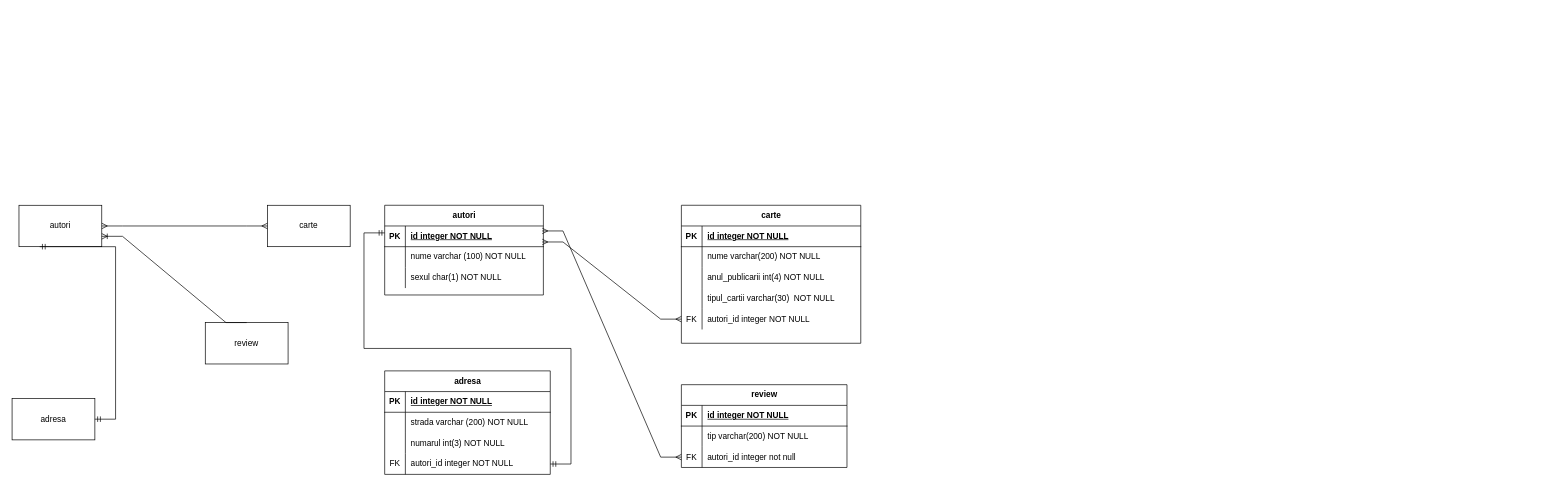
The draw.io diagram exerciti_16_12_2023.drawio in cristian19122001/modelare_db, before the edit. Source tidied: cells renumbered, new cells numbered last; positions are measured from the earlier drawing's top-left corner, leaving out a move shared by most shapes. Both pictures are drawn from the tidied source at 69%, with x=0, y=0 at pixel (12, 205).
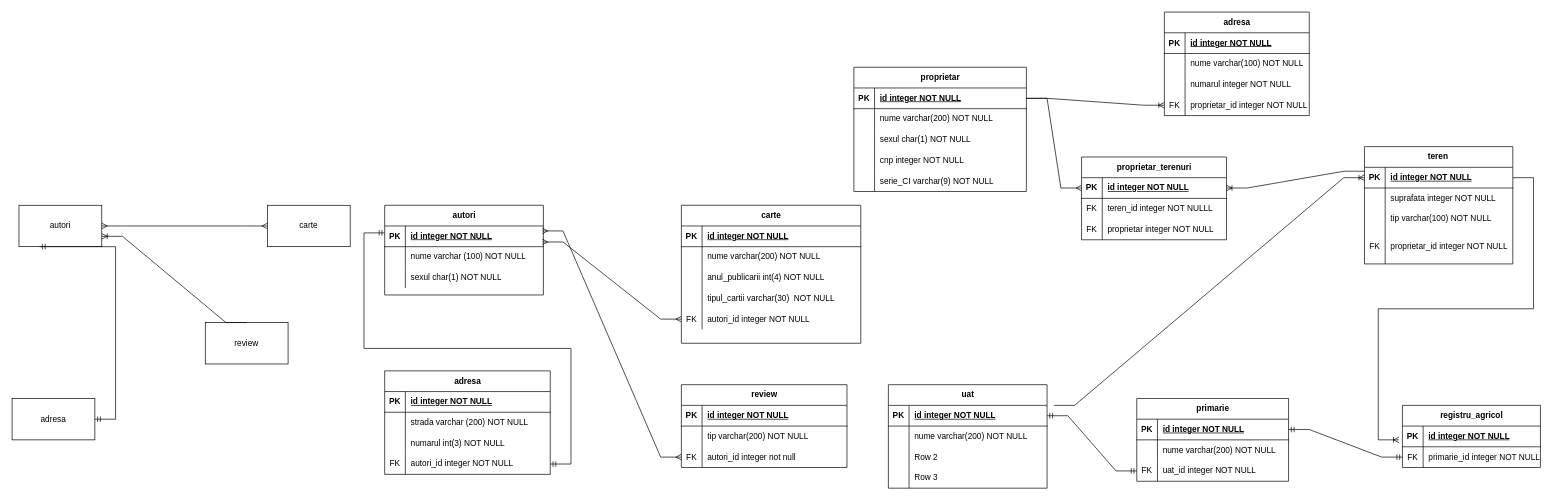
The same diagram, later.

The edit, as a diff of the source:
```diff
@@
+    <mxCell id="61" value="proprietar" style="shape=table;startSize=30;childLayout=tableLayout;rowLines=0;fontStyle=1;align=center;html=1;" parent="1" vertex="1">
+      <mxGeometry x="1220" y="-200" width="250" height="180" as="geometry" />
+    </mxCell>
+    <mxCell id="62" style="shape=tableRow;horizontal=0;startSize=0;swimlaneHead=0;swimlaneBody=0;fillColor=none;points=[[0,0.5],[1,0.5]];portConstraint=eastwest;top=0;left=0;right=0;bottom=1;" parent="61" vertex="1">
+      <mxGeometry y="30" width="250" height="30" as="geometry" />
+    </mxCell>
+    <mxCell id="63" value="PK" style="shape=partialRectangle;fillColor=none;top=0;left=0;bottom=0;right=0;fontStyle=1;overflow=hidden;whiteSpace=wrap;html=1;" parent="62" vertex="1">
+      <mxGeometry width="30" height="30" as="geometry" />
+    </mxCell>
+    <mxCell id="64" value="id integer NOT NULL" style="shape=partialRectangle;fillColor=none;top=0;left=0;bottom=0;right=0;align=left;spacingLeft=6;fontStyle=5;overflow=hidden;whiteSpace=wrap;html=1;" parent="62" vertex="1">
+      <mxGeometry x="30" width="220" height="30" as="geometry" />
+    </mxCell>
+    <mxCell id="65" style="shape=tableRow;horizontal=0;startSize=0;swimlaneHead=0;swimlaneBody=0;fillColor=none;top=0;left=0;right=0;bottom=0;" parent="61" vertex="1">
+      <mxGeometry y="60" width="250" height="30" as="geometry" />
+    </mxCell>
+    <mxCell id="66" style="shape=partialRectangle;fillColor=none;top=0;left=0;bottom=0;right=0;overflow=hidden;whiteSpace=wrap;html=1;" parent="65" vertex="1">
+      <mxGeometry width="30" height="30" as="geometry" />
+    </mxCell>
+    <mxCell id="67" value="nume varchar(200) NOT NULL" style="shape=partialRectangle;fillColor=none;top=0;left=0;bottom=0;right=0;align=left;spacingLeft=6;overflow=hidden;whiteSpace=wrap;html=1;" parent="65" vertex="1">
+      <mxGeometry x="30" width="220" height="30" as="geometry" />
+    </mxCell>
+    <mxCell id="68" style="shape=tableRow;horizontal=0;startSize=0;swimlaneHead=0;swimlaneBody=0;fillColor=none;top=0;left=0;right=0;bottom=0;" parent="61" vertex="1">
+      <mxGeometry y="90" width="250" height="30" as="geometry" />
+    </mxCell>
+    <mxCell id="69" style="shape=partialRectangle;fillColor=none;top=0;left=0;bottom=0;right=0;overflow=hidden;whiteSpace=wrap;html=1;" parent="68" vertex="1">
+      <mxGeometry width="30" height="30" as="geometry" />
+    </mxCell>
+    <mxCell id="70" value="sexul char(1) NOT NULL" style="shape=partialRectangle;fillColor=none;top=0;left=0;bottom=0;right=0;align=left;spacingLeft=6;overflow=hidden;whiteSpace=wrap;html=1;" parent="68" vertex="1">
+      <mxGeometry x="30" width="220" height="30" as="geometry" />
+    </mxCell>
+    <mxCell id="71" style="shape=tableRow;horizontal=0;startSize=0;swimlaneHead=0;swimlaneBody=0;fillColor=none;top=0;left=0;right=0;bottom=0;" parent="61" vertex="1">
+      <mxGeometry y="120" width="250" height="30" as="geometry" />
+    </mxCell>
+    <mxCell id="72" style="shape=partialRectangle;fillColor=none;top=0;left=0;bottom=0;right=0;overflow=hidden;whiteSpace=wrap;html=1;" parent="71" vertex="1">
+      <mxGeometry width="30" height="30" as="geometry" />
+    </mxCell>
+    <mxCell id="73" value="cnp integer NOT NULL" style="shape=partialRectangle;fillColor=none;top=0;left=0;bottom=0;right=0;align=left;spacingLeft=6;overflow=hidden;whiteSpace=wrap;html=1;" parent="71" vertex="1">
+      <mxGeometry x="30" width="220" height="30" as="geometry" />
+    </mxCell>
+    <mxCell id="74" style="shape=tableRow;horizontal=0;startSize=0;swimlaneHead=0;swimlaneBody=0;fillColor=none;top=0;left=0;right=0;bottom=0;" parent="61" vertex="1">
+      <mxGeometry y="150" width="250" height="30" as="geometry" />
+    </mxCell>
+    <mxCell id="75" style="shape=partialRectangle;fillColor=none;top=0;left=0;bottom=0;right=0;overflow=hidden;whiteSpace=wrap;html=1;" parent="74" vertex="1">
+      <mxGeometry width="30" height="30" as="geometry" />
+    </mxCell>
+    <mxCell id="76" value="serie_CI varchar(9) NOT NULL" style="shape=partialRectangle;fillColor=none;top=0;left=0;bottom=0;right=0;align=left;spacingLeft=6;overflow=hidden;whiteSpace=wrap;html=1;" parent="74" vertex="1">
+      <mxGeometry x="30" width="220" height="30" as="geometry" />
+    </mxCell>
+    <mxCell id="77" value="adresa" style="shape=table;startSize=30;childLayout=tableLayout;rowLines=0;fontStyle=1;align=center;html=1;" parent="1" vertex="1">
+      <mxGeometry x="1670" y="-280" width="210" height="150" as="geometry" />
+    </mxCell>
+    <mxCell id="78" style="shape=tableRow;horizontal=0;startSize=0;swimlaneHead=0;swimlaneBody=0;fillColor=none;top=0;left=0;right=0;bottom=1;" parent="77" vertex="1">
+      <mxGeometry y="30" width="210" height="30" as="geometry" />
+    </mxCell>
+    <mxCell id="79" value="PK" style="shape=partialRectangle;fillColor=none;top=0;left=0;bottom=0;right=0;fontStyle=1;overflow=hidden;whiteSpace=wrap;html=1;" parent="78" vertex="1">
+      <mxGeometry width="30" height="30" as="geometry" />
+    </mxCell>
+    <mxCell id="80" value="id integer NOT NULL" style="shape=partialRectangle;fillColor=none;top=0;left=0;bottom=0;right=0;align=left;spacingLeft=6;fontStyle=5;overflow=hidden;whiteSpace=wrap;html=1;" parent="78" vertex="1">
+      <mxGeometry x="30" width="180" height="30" as="geometry" />
+    </mxCell>
+    <mxCell id="81" style="shape=tableRow;horizontal=0;startSize=0;swimlaneHead=0;swimlaneBody=0;fillColor=none;top=0;left=0;right=0;bottom=0;" parent="77" vertex="1">
+      <mxGeometry y="60" width="210" height="30" as="geometry" />
+    </mxCell>
+    <mxCell id="82" style="shape=partialRectangle;fillColor=none;top=0;left=0;bottom=0;right=0;overflow=hidden;whiteSpace=wrap;html=1;" parent="81" vertex="1">
+      <mxGeometry width="30" height="30" as="geometry" />
+    </mxCell>
+    <mxCell id="83" value="nume varchar(100) NOT NULL" style="shape=partialRectangle;fillColor=none;top=0;left=0;bottom=0;right=0;align=left;spacingLeft=6;overflow=hidden;whiteSpace=wrap;html=1;" parent="81" vertex="1">
+      <mxGeometry x="30" width="180" height="30" as="geometry" />
+    </mxCell>
+    <mxCell id="84" style="shape=tableRow;horizontal=0;startSize=0;swimlaneHead=0;swimlaneBody=0;fillColor=none;top=0;left=0;right=0;bottom=0;" parent="77" vertex="1">
+      <mxGeometry y="90" width="210" height="30" as="geometry" />
+    </mxCell>
+    <mxCell id="85" style="shape=partialRectangle;fillColor=none;top=0;left=0;bottom=0;right=0;overflow=hidden;whiteSpace=wrap;html=1;" parent="84" vertex="1">
+      <mxGeometry width="30" height="30" as="geometry" />
+    </mxCell>
+    <mxCell id="86" value="numarul integer NOT NULL" style="shape=partialRectangle;fillColor=none;top=0;left=0;bottom=0;right=0;align=left;spacingLeft=6;overflow=hidden;whiteSpace=wrap;html=1;" parent="84" vertex="1">
+      <mxGeometry x="30" width="180" height="30" as="geometry" />
+    </mxCell>
+    <mxCell id="87" style="shape=tableRow;horizontal=0;startSize=0;swimlaneHead=0;swimlaneBody=0;fillColor=none;points=[[0,0.5],[1,0.5]];portConstraint=eastwest;top=0;left=0;right=0;bottom=0;" parent="77" vertex="1">
+      <mxGeometry y="120" width="210" height="30" as="geometry" />
+    </mxCell>
+    <mxCell id="88" value="FK" style="shape=partialRectangle;fillColor=none;top=0;left=0;bottom=0;right=0;overflow=hidden;whiteSpace=wrap;html=1;" parent="87" vertex="1">
+      <mxGeometry width="30" height="30" as="geometry" />
+    </mxCell>
+    <mxCell id="89" value="proprietar_id integer NOT NULL" style="shape=partialRectangle;fillColor=none;top=0;left=0;bottom=0;right=0;align=left;spacingLeft=6;overflow=hidden;whiteSpace=wrap;html=1;" parent="87" vertex="1">
+      <mxGeometry x="30" width="180" height="30" as="geometry" />
+    </mxCell>
+    <mxCell id="90" value="teren&amp;nbsp;" style="shape=table;startSize=30;childLayout=tableLayout;rowLines=0;fontStyle=1;align=center;html=1;" parent="1" vertex="1">
+      <mxGeometry x="1960" y="-85" width="215" height="170" as="geometry" />
+    </mxCell>
+    <mxCell id="91" style="shape=tableRow;horizontal=0;startSize=0;swimlaneHead=0;swimlaneBody=0;fillColor=none;points=[[0,0.5],[1,0.5]];portConstraint=eastwest;top=0;left=0;right=0;bottom=1;" parent="90" vertex="1">
+      <mxGeometry y="30" width="215" height="30" as="geometry" />
+    </mxCell>
+    <mxCell id="92" value="PK" style="shape=partialRectangle;fillColor=none;top=0;left=0;bottom=0;right=0;fontStyle=1;overflow=hidden;whiteSpace=wrap;html=1;" parent="91" vertex="1">
+      <mxGeometry width="30" height="30" as="geometry" />
+    </mxCell>
+    <mxCell id="93" value="id integer NOT NULL" style="shape=partialRectangle;fillColor=none;top=0;left=0;bottom=0;right=0;align=left;spacingLeft=6;fontStyle=5;overflow=hidden;whiteSpace=wrap;html=1;" parent="91" vertex="1">
+      <mxGeometry x="30" width="185" height="30" as="geometry" />
+    </mxCell>
+    <mxCell id="94" style="shape=tableRow;horizontal=0;startSize=0;swimlaneHead=0;swimlaneBody=0;fillColor=none;top=0;left=0;right=0;bottom=0;" parent="90" vertex="1">
+      <mxGeometry y="60" width="215" height="30" as="geometry" />
+    </mxCell>
+    <mxCell id="95" style="shape=partialRectangle;fillColor=none;top=0;left=0;bottom=0;right=0;overflow=hidden;whiteSpace=wrap;html=1;" parent="94" vertex="1">
+      <mxGeometry width="30" height="30" as="geometry" />
+    </mxCell>
+    <mxCell id="96" value="suprafata integer NOT NULL" style="shape=partialRectangle;fillColor=none;top=0;left=0;bottom=0;right=0;align=left;spacingLeft=6;overflow=hidden;whiteSpace=wrap;html=1;" parent="94" vertex="1">
+      <mxGeometry x="30" width="185" height="30" as="geometry" />
+    </mxCell>
+    <mxCell id="97" style="shape=tableRow;horizontal=0;startSize=0;swimlaneHead=0;swimlaneBody=0;fillColor=none;top=0;left=0;right=0;bottom=0;" parent="90" vertex="1">
+      <mxGeometry y="90" width="215" height="30" as="geometry" />
+    </mxCell>
+    <mxCell id="98" style="shape=partialRectangle;fillColor=none;top=0;left=0;bottom=0;right=0;overflow=hidden;whiteSpace=wrap;html=1;" parent="97" vertex="1">
+      <mxGeometry width="30" height="30" as="geometry" />
+    </mxCell>
+    <mxCell id="99" value="tip varchar(100) NOT NULL" style="shape=partialRectangle;fillColor=none;top=0;left=0;bottom=0;right=0;align=left;spacingLeft=6;overflow=hidden;whiteSpace=wrap;html=1;" parent="97" vertex="1">
+      <mxGeometry x="30" width="185" height="30" as="geometry" />
+    </mxCell>
+    <mxCell id="100" style="shape=tableRow;horizontal=0;startSize=0;swimlaneHead=0;swimlaneBody=0;fillColor=none;top=0;left=0;right=0;bottom=0;" parent="90" vertex="1">
+      <mxGeometry y="120" width="215" height="50" as="geometry" />
+    </mxCell>
+    <mxCell id="101" value="FK" style="shape=partialRectangle;fillColor=none;top=0;left=0;bottom=0;right=0;overflow=hidden;whiteSpace=wrap;html=1;" parent="100" vertex="1">
+      <mxGeometry width="30" height="50" as="geometry" />
+    </mxCell>
+    <mxCell id="102" value="proprietar_id integer NOT NULL" style="shape=partialRectangle;fillColor=none;top=0;left=0;bottom=0;right=0;align=left;spacingLeft=6;overflow=hidden;whiteSpace=wrap;html=1;" parent="100" vertex="1">
+      <mxGeometry x="30" width="185" height="50" as="geometry" />
+    </mxCell>
+    <mxCell id="103" value="uat" style="shape=table;startSize=30;childLayout=tableLayout;rowLines=0;fontStyle=1;align=center;html=1;" parent="1" vertex="1">
+      <mxGeometry x="1270" y="260" width="230" height="150" as="geometry" />
+    </mxCell>
+    <mxCell id="104" style="shape=tableRow;horizontal=0;startSize=0;swimlaneHead=0;swimlaneBody=0;fillColor=none;points=[[0,0.5],[1,0.5]];portConstraint=eastwest;top=0;left=0;right=0;bottom=1;" parent="103" vertex="1">
+      <mxGeometry y="30" width="230" height="30" as="geometry" />
+    </mxCell>
+    <mxCell id="105" value="PK" style="shape=partialRectangle;fillColor=none;top=0;left=0;bottom=0;right=0;fontStyle=1;overflow=hidden;whiteSpace=wrap;html=1;" parent="104" vertex="1">
+      <mxGeometry width="30" height="30" as="geometry" />
+    </mxCell>
+    <mxCell id="106" value="id integer NOT NULL" style="shape=partialRectangle;fillColor=none;top=0;left=0;bottom=0;right=0;align=left;spacingLeft=6;fontStyle=5;overflow=hidden;whiteSpace=wrap;html=1;" parent="104" vertex="1">
+      <mxGeometry x="30" width="200" height="30" as="geometry" />
+    </mxCell>
+    <mxCell id="107" style="shape=tableRow;horizontal=0;startSize=0;swimlaneHead=0;swimlaneBody=0;fillColor=none;top=0;left=0;right=0;bottom=0;" parent="103" vertex="1">
+      <mxGeometry y="60" width="230" height="30" as="geometry" />
+    </mxCell>
+    <mxCell id="108" style="shape=partialRectangle;fillColor=none;top=0;left=0;bottom=0;right=0;overflow=hidden;whiteSpace=wrap;html=1;" parent="107" vertex="1">
+      <mxGeometry width="30" height="30" as="geometry" />
+    </mxCell>
+    <mxCell id="109" value="nume varchar(200) NOT NULL" style="shape=partialRectangle;fillColor=none;top=0;left=0;bottom=0;right=0;align=left;spacingLeft=6;overflow=hidden;whiteSpace=wrap;html=1;" parent="107" vertex="1">
+      <mxGeometry x="30" width="200" height="30" as="geometry" />
+    </mxCell>
+    <mxCell id="110" style="shape=tableRow;horizontal=0;startSize=0;swimlaneHead=0;swimlaneBody=0;fillColor=none;top=0;left=0;right=0;bottom=0;" parent="103" vertex="1">
+      <mxGeometry y="90" width="230" height="30" as="geometry" />
+    </mxCell>
+    <mxCell id="111" style="shape=partialRectangle;fillColor=none;top=0;left=0;bottom=0;right=0;overflow=hidden;whiteSpace=wrap;html=1;" parent="110" vertex="1">
+      <mxGeometry width="30" height="30" as="geometry" />
+    </mxCell>
+    <mxCell id="112" value="Row 2" style="shape=partialRectangle;fillColor=none;top=0;left=0;bottom=0;right=0;align=left;spacingLeft=6;overflow=hidden;whiteSpace=wrap;html=1;" parent="110" vertex="1">
+      <mxGeometry x="30" width="200" height="30" as="geometry" />
+    </mxCell>
+    <mxCell id="113" style="shape=tableRow;horizontal=0;startSize=0;swimlaneHead=0;swimlaneBody=0;fillColor=none;top=0;left=0;right=0;bottom=0;" parent="103" vertex="1">
+      <mxGeometry y="120" width="230" height="30" as="geometry" />
+    </mxCell>
+    <mxCell id="114" style="shape=partialRectangle;fillColor=none;top=0;left=0;bottom=0;right=0;overflow=hidden;whiteSpace=wrap;html=1;" parent="113" vertex="1">
+      <mxGeometry width="30" height="30" as="geometry" />
+    </mxCell>
+    <mxCell id="115" value="Row 3" style="shape=partialRectangle;fillColor=none;top=0;left=0;bottom=0;right=0;align=left;spacingLeft=6;overflow=hidden;whiteSpace=wrap;html=1;" parent="113" vertex="1">
+      <mxGeometry x="30" width="200" height="30" as="geometry" />
+    </mxCell>
+    <mxCell id="116" value="primarie" style="shape=table;startSize=30;childLayout=tableLayout;rowLines=0;fontStyle=1;align=center;html=1;" parent="1" vertex="1">
+      <mxGeometry x="1630" y="280" width="220" height="120" as="geometry" />
+    </mxCell>
+    <mxCell id="117" style="shape=tableRow;horizontal=0;startSize=0;swimlaneHead=0;swimlaneBody=0;fillColor=none;points=[[0,0.5],[1,0.5]];portConstraint=eastwest;top=0;left=0;right=0;bottom=1;" parent="116" vertex="1">
+      <mxGeometry y="30" width="220" height="30" as="geometry" />
+    </mxCell>
+    <mxCell id="118" value="PK" style="shape=partialRectangle;fillColor=none;top=0;left=0;bottom=0;right=0;fontStyle=1;overflow=hidden;whiteSpace=wrap;html=1;" parent="117" vertex="1">
+      <mxGeometry width="30" height="30" as="geometry" />
+    </mxCell>
+    <mxCell id="119" value="id integer NOT NULL" style="shape=partialRectangle;fillColor=none;top=0;left=0;bottom=0;right=0;align=left;spacingLeft=6;fontStyle=5;overflow=hidden;whiteSpace=wrap;html=1;" parent="117" vertex="1">
+      <mxGeometry x="30" width="190" height="30" as="geometry" />
+    </mxCell>
+    <mxCell id="120" style="shape=tableRow;horizontal=0;startSize=0;swimlaneHead=0;swimlaneBody=0;fillColor=none;top=0;left=0;right=0;bottom=0;" parent="116" vertex="1">
+      <mxGeometry y="60" width="220" height="30" as="geometry" />
+    </mxCell>
+    <mxCell id="121" style="shape=partialRectangle;fillColor=none;top=0;left=0;bottom=0;right=0;overflow=hidden;whiteSpace=wrap;html=1;" parent="120" vertex="1">
+      <mxGeometry width="30" height="30" as="geometry" />
+    </mxCell>
+    <mxCell id="122" value="nume varchar(200) NOT NULL" style="shape=partialRectangle;fillColor=none;top=0;left=0;bottom=0;right=0;align=left;spacingLeft=6;overflow=hidden;whiteSpace=wrap;html=1;" parent="120" vertex="1">
+      <mxGeometry x="30" width="190" height="30" as="geometry" />
+    </mxCell>
+    <mxCell id="123" style="shape=tableRow;horizontal=0;startSize=0;swimlaneHead=0;swimlaneBody=0;fillColor=none;points=[[0,0.5],[1,0.5]];portConstraint=eastwest;top=0;left=0;right=0;bottom=0;" parent="116" vertex="1">
+      <mxGeometry y="90" width="220" height="30" as="geometry" />
+    </mxCell>
+    <mxCell id="124" value="FK" style="shape=partialRectangle;fillColor=none;top=0;left=0;bottom=0;right=0;overflow=hidden;whiteSpace=wrap;html=1;" parent="123" vertex="1">
+      <mxGeometry width="30" height="30" as="geometry" />
+    </mxCell>
+    <mxCell id="125" value="uat_id integer NOT NULL" style="shape=partialRectangle;fillColor=none;top=0;left=0;bottom=0;right=0;align=left;spacingLeft=6;overflow=hidden;whiteSpace=wrap;html=1;" parent="123" vertex="1">
+      <mxGeometry x="30" width="190" height="30" as="geometry" />
+    </mxCell>
+    <mxCell id="126" value="registru_agricol" style="shape=table;startSize=30;childLayout=tableLayout;rowLines=0;fontStyle=1;align=center;html=1;" parent="1" vertex="1">
+      <mxGeometry x="2015" y="290" width="200" height="90" as="geometry" />
+    </mxCell>
+    <mxCell id="127" style="shape=tableRow;horizontal=0;startSize=0;swimlaneHead=0;swimlaneBody=0;fillColor=none;top=0;left=0;right=0;bottom=1;" parent="126" vertex="1">
+      <mxGeometry y="30" width="200" height="30" as="geometry" />
+    </mxCell>
+    <mxCell id="128" value="PK" style="shape=partialRectangle;fillColor=none;top=0;left=0;bottom=0;right=0;fontStyle=1;overflow=hidden;whiteSpace=wrap;html=1;" parent="127" vertex="1">
+      <mxGeometry width="30" height="30" as="geometry" />
+    </mxCell>
+    <mxCell id="129" value="id integer NOT NULL" style="shape=partialRectangle;fillColor=none;top=0;left=0;bottom=0;right=0;align=left;spacingLeft=6;fontStyle=5;overflow=hidden;whiteSpace=wrap;html=1;" parent="127" vertex="1">
+      <mxGeometry x="30" width="170" height="30" as="geometry" />
+    </mxCell>
+    <mxCell id="130" style="shape=tableRow;horizontal=0;startSize=0;swimlaneHead=0;swimlaneBody=0;fillColor=none;points=[[0,0.5],[1,0.5]];portConstraint=eastwest;top=0;left=0;right=0;bottom=0;" parent="126" vertex="1">
+      <mxGeometry y="60" width="200" height="30" as="geometry" />
+    </mxCell>
+    <mxCell id="131" value="FK" style="shape=partialRectangle;fillColor=none;top=0;left=0;bottom=0;right=0;overflow=hidden;whiteSpace=wrap;html=1;" parent="130" vertex="1">
+      <mxGeometry width="30" height="30" as="geometry" />
+    </mxCell>
+    <mxCell id="132" value="primarie_id integer NOT NULL" style="shape=partialRectangle;fillColor=none;top=0;left=0;bottom=0;right=0;align=left;spacingLeft=6;overflow=hidden;whiteSpace=wrap;html=1;" parent="130" vertex="1">
+      <mxGeometry x="30" width="170" height="30" as="geometry" />
+    </mxCell>
+    <mxCell id="133" style="edgeStyle=entityRelationEdgeStyle;fontSize=12;html=1;endArrow=ERoneToMany;rounded=0;exitX=1;exitY=0.5;exitDx=0;exitDy=0;entryX=0;entryY=0.5;entryDx=0;entryDy=0;" parent="1" edge="1" source="62" target="87">
+      <mxGeometry relative="1" as="geometry" />
+    </mxCell>
+    <mxCell id="134" style="edgeStyle=entityRelationEdgeStyle;fontSize=12;html=1;endArrow=ERmany;rounded=0;exitX=1;exitY=0.5;exitDx=0;exitDy=0;entryX=0;entryY=0.5;entryDx=0;entryDy=0;" parent="1" edge="1" source="62" target="138">
+      <mxGeometry relative="1" as="geometry" />
+    </mxCell>
+    <mxCell id="135" style="edgeStyle=entityRelationEdgeStyle;fontSize=12;html=1;endArrow=ERmandOne;startArrow=ERmandOne;rounded=0;entryX=0;entryY=0.5;entryDx=0;entryDy=0;exitX=1;exitY=0.5;exitDx=0;exitDy=0;" parent="1" edge="1" source="117" target="130">
+      <mxGeometry relative="1" as="geometry" />
+    </mxCell>
+    <mxCell id="136" style="edgeStyle=entityRelationEdgeStyle;fontSize=12;html=1;endArrow=ERmandOne;startArrow=ERmandOne;rounded=0;exitX=1;exitY=0.5;exitDx=0;exitDy=0;entryX=0;entryY=0.5;entryDx=0;entryDy=0;" parent="1" edge="1" source="104" target="123">
+      <mxGeometry relative="1" as="geometry" />
+    </mxCell>
+    <mxCell id="137" value="proprietar_terenuri" style="shape=table;startSize=30;childLayout=tableLayout;rowLines=0;fontStyle=1;align=center;html=1;" parent="1" vertex="1">
+      <mxGeometry x="1550" y="-70" width="210" height="120" as="geometry" />
+    </mxCell>
+    <mxCell id="138" style="shape=tableRow;horizontal=0;startSize=0;swimlaneHead=0;swimlaneBody=0;fillColor=none;points=[[0,0.5],[1,0.5]];portConstraint=eastwest;top=0;left=0;right=0;bottom=1;" parent="137" vertex="1">
+      <mxGeometry y="30" width="210" height="30" as="geometry" />
+    </mxCell>
+    <mxCell id="139" value="PK" style="shape=partialRectangle;fillColor=none;top=0;left=0;bottom=0;right=0;fontStyle=1;overflow=hidden;whiteSpace=wrap;html=1;" parent="138" vertex="1">
+      <mxGeometry width="30" height="30" as="geometry" />
+    </mxCell>
+    <mxCell id="140" value="id integer NOT NULL" style="shape=partialRectangle;fillColor=none;top=0;left=0;bottom=0;right=0;align=left;spacingLeft=6;fontStyle=5;overflow=hidden;whiteSpace=wrap;html=1;" parent="138" vertex="1">
+      <mxGeometry x="30" width="180" height="30" as="geometry" />
+    </mxCell>
+    <mxCell id="141" style="shape=tableRow;horizontal=0;startSize=0;swimlaneHead=0;swimlaneBody=0;fillColor=none;top=0;left=0;right=0;bottom=0;" parent="137" vertex="1">
+      <mxGeometry y="60" width="210" height="30" as="geometry" />
+    </mxCell>
+    <mxCell id="142" value="FK" style="shape=partialRectangle;fillColor=none;top=0;left=0;bottom=0;right=0;overflow=hidden;whiteSpace=wrap;html=1;" parent="141" vertex="1">
+      <mxGeometry width="30" height="30" as="geometry" />
+    </mxCell>
+    <mxCell id="143" value="teren_id integer NOT NULLL" style="shape=partialRectangle;fillColor=none;top=0;left=0;bottom=0;right=0;align=left;spacingLeft=6;overflow=hidden;whiteSpace=wrap;html=1;" parent="141" vertex="1">
+      <mxGeometry x="30" width="180" height="30" as="geometry" />
+    </mxCell>
+    <mxCell id="144" style="shape=tableRow;horizontal=0;startSize=0;swimlaneHead=0;swimlaneBody=0;fillColor=none;top=0;left=0;right=0;bottom=0;" parent="137" vertex="1">
+      <mxGeometry y="90" width="210" height="30" as="geometry" />
+    </mxCell>
+    <mxCell id="145" value="FK" style="shape=partialRectangle;fillColor=none;top=0;left=0;bottom=0;right=0;overflow=hidden;whiteSpace=wrap;html=1;" parent="144" vertex="1">
+      <mxGeometry width="30" height="30" as="geometry" />
+    </mxCell>
+    <mxCell id="146" value="proprietar integer NOT NULL" style="shape=partialRectangle;fillColor=none;top=0;left=0;bottom=0;right=0;align=left;spacingLeft=6;overflow=hidden;whiteSpace=wrap;html=1;" parent="144" vertex="1">
+      <mxGeometry x="30" width="180" height="30" as="geometry" />
+    </mxCell>
+    <mxCell id="147" style="edgeStyle=entityRelationEdgeStyle;fontSize=12;html=1;endArrow=ERoneToMany;rounded=0;exitX=0.002;exitY=0.188;exitDx=0;exitDy=0;entryX=1;entryY=0.5;entryDx=0;entryDy=0;exitPerimeter=0;" parent="1" edge="1" source="91" target="138">
+      <mxGeometry relative="1" as="geometry" />
+    </mxCell>
+    <mxCell id="148" style="edgeStyle=entityRelationEdgeStyle;fontSize=12;html=1;endArrow=ERoneToMany;rounded=0;exitX=1;exitY=0.5;exitDx=0;exitDy=0;" parent="1" edge="1" source="91">
+      <mxGeometry relative="1" as="geometry">
+        <mxPoint x="2010" y="340" as="targetPoint" />
+        <Array as="points">
+          <mxPoint x="2250" y="250" />
+        </Array>
+      </mxGeometry>
+    </mxCell>
+    <mxCell id="149" style="edgeStyle=entityRelationEdgeStyle;fontSize=12;html=1;endArrow=ERoneToMany;rounded=0;exitX=1.043;exitY=0;exitDx=0;exitDy=0;exitPerimeter=0;entryX=0;entryY=0.5;entryDx=0;entryDy=0;" parent="1" edge="1" source="104" target="91">
+      <mxGeometry relative="1" as="geometry" />
+    </mxCell>
```
